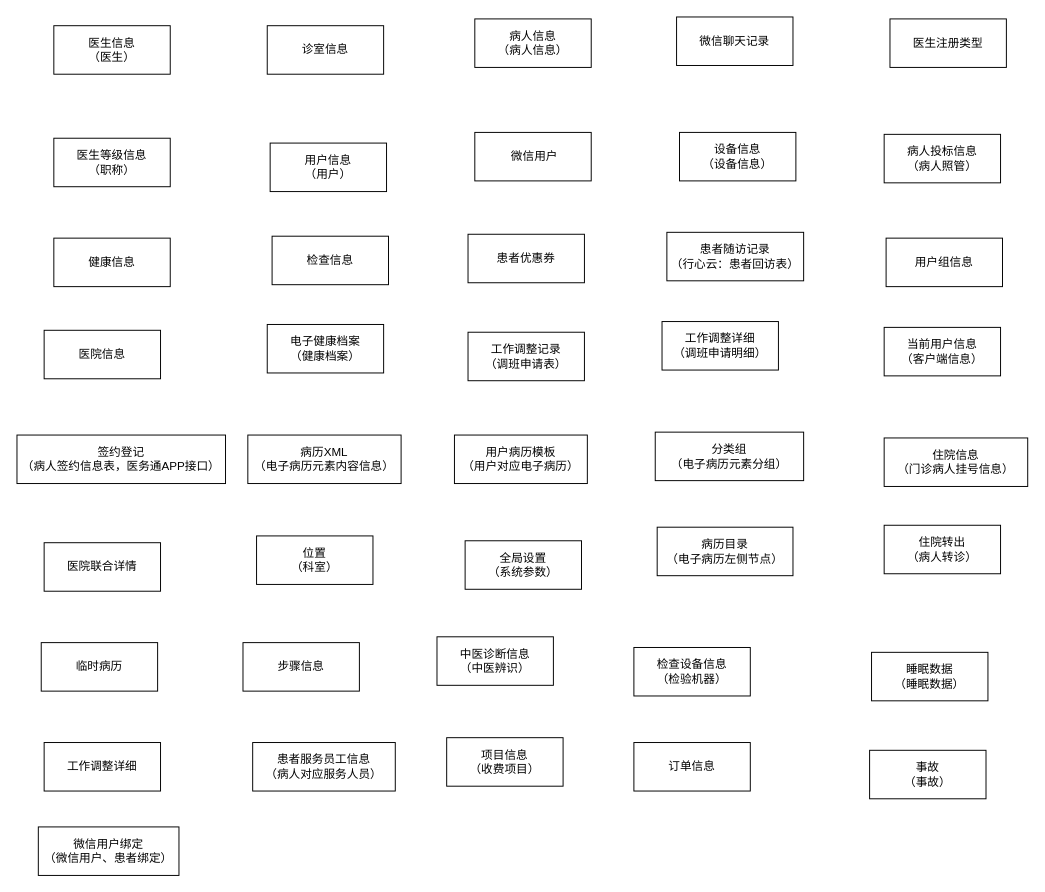
Above: 未命名绘图.drawio in uonono/ioDraw (draw.io), before the change. Source tidied: cells renumbered, new cells numbered last; positions are measured from the earlier drawing's top-left corner, leaving out a move shared by most shapes. Both pictures are drawn from the tidied source at 97%, with x=0, y=0 at pixel (16, 16).
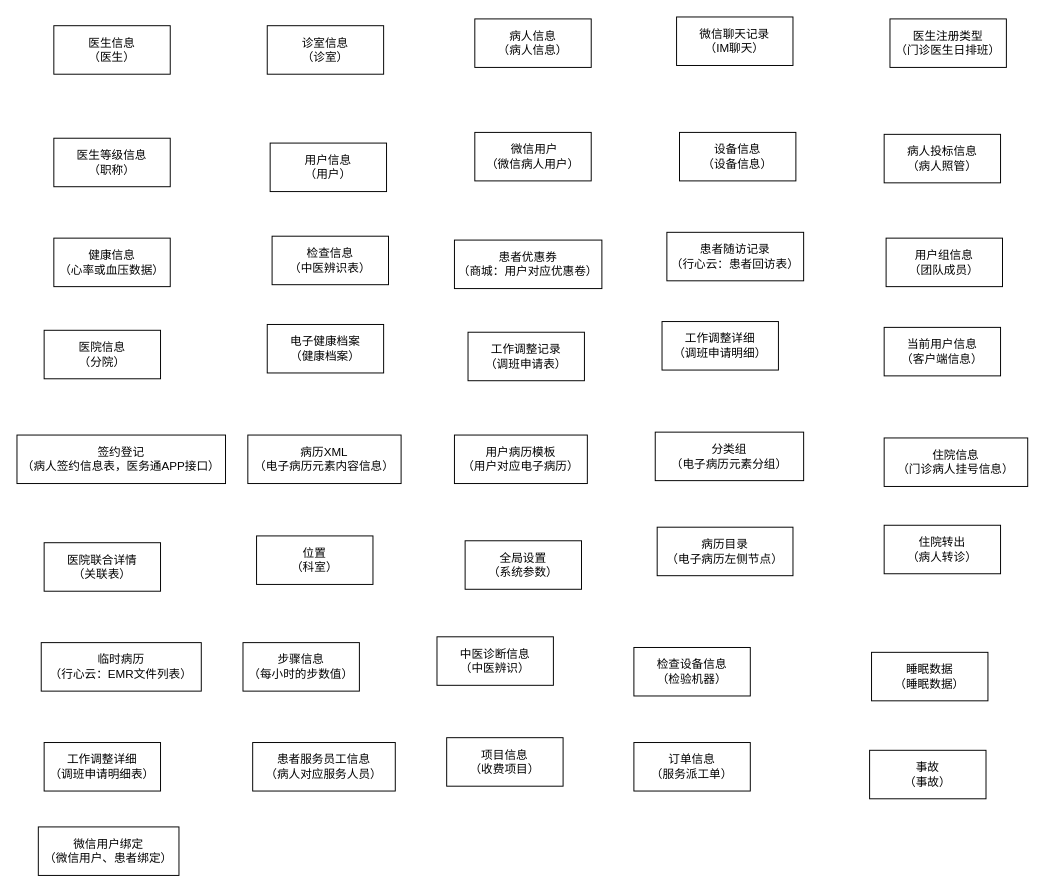
Above is the later version.

Commit message:
更新未命名绘图.drawio

The edit, as a diff of the source:
```diff
@@
-    <mxCell id="2" value="诊室信息" style="rounded=0;whiteSpace=wrap;html=1;" parent="1" vertex="1">
+    <mxCell id="2" value="诊室信息&lt;div&gt;（诊室）&lt;/div&gt;" style="rounded=0;whiteSpace=wrap;html=1;" parent="1" vertex="1">
       <mxGeometry x="258" y="9" width="120" height="50" as="geometry" />
     </mxCell>
@@
-    <mxCell id="7" value="&amp;nbsp;微信用户" style="rounded=0;whiteSpace=wrap;html=1;" parent="1" vertex="1">
+    <mxCell id="7" value="&amp;nbsp;微信用户&lt;div&gt;（微信病人用户）&lt;/div&gt;" style="rounded=0;whiteSpace=wrap;html=1;" parent="1" vertex="1">
       <mxGeometry x="472" y="119" width="120" height="50" as="geometry" />
     </mxCell>
-    <mxCell id="8" value="健康信息" style="rounded=0;whiteSpace=wrap;html=1;" parent="1" vertex="1">
+    <mxCell id="8" value="健康信息&lt;div&gt;（心率或血压数据）&lt;/div&gt;" style="rounded=0;whiteSpace=wrap;html=1;" parent="1" vertex="1">
       <mxGeometry x="38" y="228" width="120" height="50" as="geometry" />
     </mxCell>
-    <mxCell id="9" value="检查信息" style="rounded=0;whiteSpace=wrap;html=1;" parent="1" vertex="1">
+    <mxCell id="9" value="检查信息&lt;div&gt;（中医辨识表）&lt;/div&gt;" style="rounded=0;whiteSpace=wrap;html=1;" parent="1" vertex="1">
       <mxGeometry x="263" y="226" width="120" height="50" as="geometry" />
     </mxCell>
-    <mxCell id="10" value="患者优惠券" style="rounded=0;whiteSpace=wrap;html=1;" parent="1" vertex="1">
-      <mxGeometry x="465" y="224" width="120" height="50" as="geometry" />
+    <mxCell id="10" value="患者优惠券&lt;div&gt;（商城：用户对应优惠卷）&lt;/div&gt;" style="rounded=0;whiteSpace=wrap;html=1;" parent="1" vertex="1">
+      <mxGeometry x="451" y="230" width="152" height="50" as="geometry" />
     </mxCell>
-    <mxCell id="11" value="微信聊天记录" style="rounded=0;whiteSpace=wrap;html=1;" parent="1" vertex="1">
+    <mxCell id="11" value="微信聊天记录&lt;div&gt;（IM聊天）&lt;/div&gt;" style="rounded=0;whiteSpace=wrap;html=1;" parent="1" vertex="1">
       <mxGeometry x="680" width="120" height="50" as="geometry" />
     </mxCell>
@@
-    <mxCell id="14" value="医院信息" style="rounded=0;whiteSpace=wrap;html=1;" parent="1" vertex="1">
+    <mxCell id="14" value="医院信息&lt;div&gt;（分院）&lt;/div&gt;" style="rounded=0;whiteSpace=wrap;html=1;" parent="1" vertex="1">
       <mxGeometry x="28" y="323" width="120" height="50" as="geometry" />
     </mxCell>
@@
-    <mxCell id="22" value="医院联合详情" style="rounded=0;whiteSpace=wrap;html=1;" parent="1" vertex="1">
+    <mxCell id="22" value="医院联合详情&lt;div&gt;（关联表）&lt;/div&gt;" style="rounded=0;whiteSpace=wrap;html=1;" parent="1" vertex="1">
       <mxGeometry x="28" y="542" width="120" height="50" as="geometry" />
     </mxCell>
@@
-    <mxCell id="26" value="临时病历" style="rounded=0;whiteSpace=wrap;html=1;" parent="1" vertex="1">
-      <mxGeometry x="25" y="645" width="120" height="50" as="geometry" />
+    <mxCell id="26" value="临时病历&lt;div&gt;（&lt;span style=&quot;background-color: initial;&quot;&gt;行心云：&lt;/span&gt;&lt;span style=&quot;background-color: initial;&quot;&gt;EMR文件列表&lt;/span&gt;&lt;span style=&quot;background-color: initial;&quot;&gt;）&lt;/span&gt;&lt;/div&gt;" style="rounded=0;whiteSpace=wrap;html=1;" parent="1" vertex="1">
+      <mxGeometry x="25" y="645" width="165" height="50" as="geometry" />
     </mxCell>
-    <mxCell id="27" value="步骤信息" style="rounded=0;whiteSpace=wrap;html=1;" parent="1" vertex="1">
+    <mxCell id="27" value="步骤信息&lt;div&gt;（每小时的步数值）&lt;/div&gt;" style="rounded=0;whiteSpace=wrap;html=1;" parent="1" vertex="1">
       <mxGeometry x="233" y="645" width="120" height="50" as="geometry" />
     </mxCell>
@@
-    <mxCell id="30" value="工作调整详细" style="rounded=0;whiteSpace=wrap;html=1;" parent="1" vertex="1">
+    <mxCell id="30" value="工作调整详细&lt;div&gt;（调班申请明细表）&lt;/div&gt;" style="rounded=0;whiteSpace=wrap;html=1;" parent="1" vertex="1">
       <mxGeometry x="28" y="748" width="120" height="50" as="geometry" />
     </mxCell>
@@
-    <mxCell id="33" value=" 订单信息" style="rounded=0;whiteSpace=wrap;html=1;" parent="1" vertex="1">
+    <mxCell id="33" value=" 订单信息&lt;div&gt;（服务派工单）&lt;/div&gt;" style="rounded=0;whiteSpace=wrap;html=1;" parent="1" vertex="1">
       <mxGeometry x="636" y="748" width="120" height="50" as="geometry" />
     </mxCell>
-    <mxCell id="34" value="医生注册类型" style="rounded=0;whiteSpace=wrap;html=1;" parent="1" vertex="1">
+    <mxCell id="34" value="医生注册类型&lt;div&gt;（门诊医生日排班）&lt;/div&gt;" style="rounded=0;whiteSpace=wrap;html=1;" parent="1" vertex="1">
       <mxGeometry x="900" y="2" width="120" height="50" as="geometry" />
     </mxCell>
@@
-    <mxCell id="36" value="用户组信息" style="rounded=0;whiteSpace=wrap;html=1;" parent="1" vertex="1">
+    <mxCell id="36" value="用户组信息&lt;div&gt;（团队成员）&lt;/div&gt;" style="rounded=0;whiteSpace=wrap;html=1;" parent="1" vertex="1">
       <mxGeometry x="896" y="228" width="120" height="50" as="geometry" />
     </mxCell>
```
